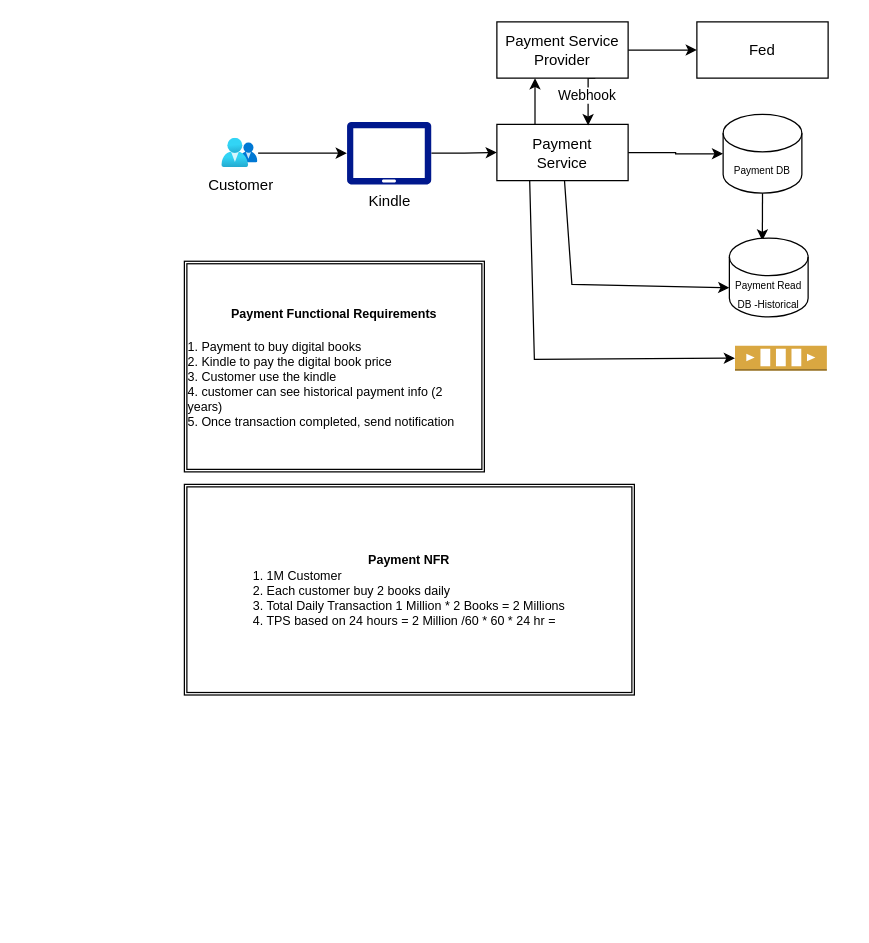
Above: Untitled Diagram.drawio in mukmitt1/newrepository (draw.io), before the change. Source tidied: cells renumbered, new cells numbered last; positions are measured from the earlier drawing's top-left corner, leaving out a move shared by most shapes. Both pictures are drawn from the tidied source at 125%, with x=0, y=0 at pixel (184, 21).
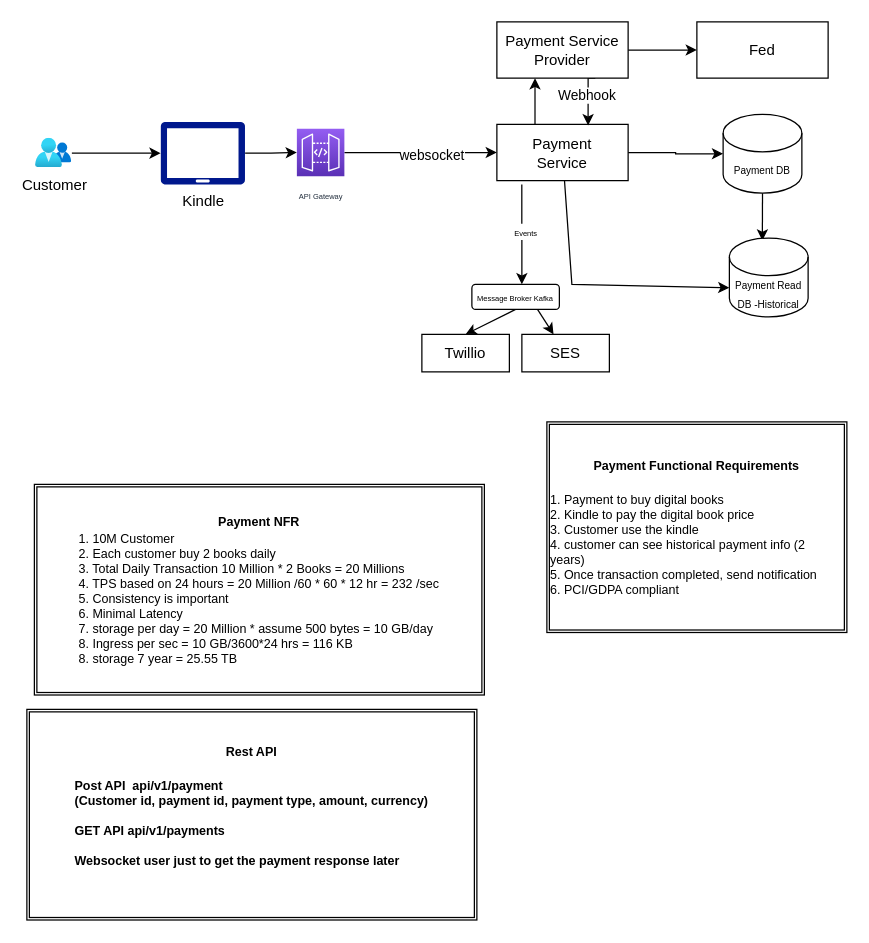
Above is the later version.

The change refers to these unchanged cells:
```xml
<mxCell id="10" value="Payment&lt;br&gt;Service" style="rounded=0;whiteSpace=wrap;html=1;" parent="1" vertex="1">
  <mxGeometry x="250" y="82" width="105" height="45" as="geometry" />
</mxCell>
```

The edit, as a diff of the source:
```diff
@@
-    <mxCell id="2" style="edgeStyle=orthogonalEdgeStyle;rounded=0;jettySize=auto;html=1;" parent="1" edge="1" source="3" target="10">
+    <mxCell id="2" style="edgeStyle=orthogonalEdgeStyle;rounded=0;jettySize=auto;html=1;" parent="1" edge="1" source="33" target="10">
       <mxGeometry relative="1" as="geometry" />
     </mxCell>
+    <mxCell id="23" value="websocket" style="edgeLabel;html=1;align=center;verticalAlign=middle;" parent="2" vertex="1">
+      <mxGeometry x="0.13" y="-2" relative="1" as="geometry" />
+    </mxCell>
     <mxCell id="3" value="Kindle" style="sketch=0;shadow=0;dashed=0;html=1;strokeColor=none;labelPosition=center;verticalLabelPosition=bottom;verticalAlign=top;align=center;fillColor=#00188D;shape=mxgraph.azure.tablet;" parent="1" vertex="1">
-      <mxGeometry x="130" y="80" width="67.6" height="50" as="geometry" />
+      <mxGeometry x="-19" y="80" width="67.6" height="50" as="geometry" />
     </mxCell>
@@
     <mxCell id="5" value="Customer" style="image;html=1;points=[];align=center;fontSize=12;image=img/lib/azure2/management_governance/My_Customers.svg;" parent="1" vertex="1">
-      <mxGeometry x="30" y="93.2" width="29" height="23.5" as="geometry" />
+      <mxGeometry x="-119" y="93.2" width="29" height="23.5" as="geometry" />
     </mxCell>
@@
-    <mxCell id="9" style="edgeStyle=none;rounded=0;jettySize=auto;html=1;exitX=0.25;exitY=1;exitDx=0;exitDy=0;entryX=0;entryY=0.5;entryDx=0;entryDy=0;entryPerimeter=0;" parent="1" edge="1" source="10" target="22">
-      <mxGeometry relative="1" as="geometry">
-        <Array as="points">
-          <mxPoint x="280" y="270" />
-        </Array>
-      </mxGeometry>
-    </mxCell>
+    <mxCell id="24" style="edgeStyle=none;rounded=0;jettySize=auto;html=1;exitX=0.19;exitY=1.067;exitDx=0;exitDy=0;exitPerimeter=0;" parent="1" edge="1" source="10">
+      <mxGeometry relative="1" as="geometry">
+        <mxPoint x="270" y="210" as="targetPoint" />
+      </mxGeometry>
+    </mxCell>
+    <mxCell id="25" value="&lt;font style=&quot;font-size: 6px;&quot;&gt;Events&lt;/font&gt;" style="edgeLabel;html=1;align=center;verticalAlign=middle;" parent="24" vertex="1">
+      <mxGeometry x="-0.08" y="3" relative="1" as="geometry" />
+    </mxCell>
@@
-    <mxCell id="19" value="&lt;font style=&quot;font-size: 10px;&quot;&gt;&lt;font style=&quot;font-size: 10px;&quot;&gt;&lt;b&gt;Payment Functional Requirements&lt;br&gt;&lt;/b&gt;&lt;/font&gt;&lt;br&gt;&lt;div style=&quot;text-align: left;&quot;&gt;&lt;span style=&quot;background-color: initial;&quot;&gt;1. Payment to buy digital books&lt;/span&gt;&lt;/div&gt;&lt;div style=&quot;text-align: left;&quot;&gt;&lt;span style=&quot;background-color: initial;&quot;&gt;2. Kindle to pay the digital book price&lt;/span&gt;&lt;/div&gt;&lt;div style=&quot;text-align: left;&quot;&gt;&lt;span style=&quot;background-color: initial;&quot;&gt;3. Customer use the kindle&lt;/span&gt;&lt;/div&gt;&lt;div style=&quot;text-align: left;&quot;&gt;&lt;span style=&quot;background-color: initial;&quot;&gt;4. customer can see historical payment info (2 years)&lt;/span&gt;&lt;/div&gt;&lt;div style=&quot;text-align: left;&quot;&gt;5. Once transaction completed, send notification&lt;span style=&quot;background-color: initial; white-space: pre;&quot;&gt;&#9;&lt;/span&gt;&lt;/div&gt;&lt;/font&gt;" style="shape=ext;double=1;rounded=0;whiteSpace=wrap;html=1;" parent="1" vertex="1">
-      <mxGeometry y="191.5" width="240" height="168.5" as="geometry" />
+    <mxCell id="19" value="&lt;font style=&quot;font-size: 10px;&quot;&gt;&lt;font style=&quot;font-size: 10px;&quot;&gt;&lt;b&gt;Payment Functional Requirements&lt;br&gt;&lt;/b&gt;&lt;/font&gt;&lt;br&gt;&lt;div style=&quot;text-align: left;&quot;&gt;&lt;span style=&quot;background-color: initial;&quot;&gt;1. Payment to buy digital books&lt;/span&gt;&lt;/div&gt;&lt;div style=&quot;text-align: left;&quot;&gt;&lt;span style=&quot;background-color: initial;&quot;&gt;2. Kindle to pay the digital book price&lt;/span&gt;&lt;/div&gt;&lt;div style=&quot;text-align: left;&quot;&gt;&lt;span style=&quot;background-color: initial;&quot;&gt;3. Customer use the kindle&lt;/span&gt;&lt;/div&gt;&lt;div style=&quot;text-align: left;&quot;&gt;&lt;span style=&quot;background-color: initial;&quot;&gt;4. customer can see historical payment info (2 years)&lt;/span&gt;&lt;/div&gt;&lt;div style=&quot;text-align: left;&quot;&gt;5. Once transaction completed, send notification&lt;span style=&quot;background-color: initial; white-space: pre;&quot;&gt;&#9;&lt;/span&gt;&lt;/div&gt;&lt;div style=&quot;text-align: left;&quot;&gt;6. PCI/GDPA compliant&lt;/div&gt;&lt;/font&gt;" style="shape=ext;double=1;rounded=0;whiteSpace=wrap;html=1;" parent="1" vertex="1">
+      <mxGeometry x="290" y="320" width="240" height="168.5" as="geometry" />
     </mxCell>
@@
-    <mxCell id="21" value="&lt;font style=&quot;font-size: 10px;&quot;&gt;&lt;font style=&quot;font-size: 10px;&quot;&gt;&lt;b&gt;Payment NFR&lt;/b&gt;&lt;/font&gt;&lt;br&gt;&lt;div style=&quot;text-align: left;&quot;&gt;&lt;span style=&quot;background-color: initial;&quot;&gt;1. 1M Customer&lt;/span&gt;&lt;/div&gt;&lt;div style=&quot;text-align: left;&quot;&gt;&lt;span style=&quot;background-color: initial;&quot;&gt;2. Each customer buy 2 books daily&lt;/span&gt;&lt;br&gt;&lt;/div&gt;&lt;div style=&quot;text-align: left;&quot;&gt;&lt;span style=&quot;background-color: initial;&quot;&gt;3. Total Daily Transaction 1 Million * 2 Books = 2 Millions&lt;/span&gt;&lt;/div&gt;&lt;div style=&quot;text-align: left;&quot;&gt;&lt;span style=&quot;background-color: initial;&quot;&gt;4. TPS based on 24 hours = 2 Million /60 * 60 * 24 hr =&amp;nbsp;&lt;/span&gt;&lt;/div&gt;&lt;/font&gt;" style="shape=ext;double=1;rounded=0;whiteSpace=wrap;html=1;" parent="1" vertex="1">
-      <mxGeometry y="370" width="360" height="168.5" as="geometry" />
+    <mxCell id="21" value="&lt;font style=&quot;font-size: 10px;&quot;&gt;&lt;font style=&quot;font-size: 10px;&quot;&gt;&lt;b&gt;Payment NFR&lt;/b&gt;&lt;/font&gt;&lt;br&gt;&lt;div style=&quot;text-align: left;&quot;&gt;&lt;span style=&quot;background-color: initial;&quot;&gt;1. 10M Customer&lt;/span&gt;&lt;/div&gt;&lt;div style=&quot;text-align: left;&quot;&gt;&lt;span style=&quot;background-color: initial;&quot;&gt;2. Each customer buy 2 books daily&lt;/span&gt;&lt;br&gt;&lt;/div&gt;&lt;div style=&quot;text-align: left;&quot;&gt;&lt;span style=&quot;background-color: initial;&quot;&gt;3. Total Daily Transaction 10 Million * 2 Books = 20 Millions&lt;/span&gt;&lt;/div&gt;&lt;div style=&quot;text-align: left;&quot;&gt;&lt;span style=&quot;background-color: initial;&quot;&gt;4. TPS based on 24 hours = 20&amp;nbsp;Million /60 * 60 * 12 hr = 232 /sec&lt;/span&gt;&lt;/div&gt;&lt;div style=&quot;text-align: left;&quot;&gt;&lt;span style=&quot;background-color: initial;&quot;&gt;5. Consistency is important&lt;/span&gt;&lt;/div&gt;&lt;div style=&quot;text-align: left;&quot;&gt;&lt;span style=&quot;background-color: initial;&quot;&gt;6. Minimal Latency&lt;/span&gt;&lt;/div&gt;&lt;div style=&quot;text-align: left;&quot;&gt;&lt;span style=&quot;background-color: initial;&quot;&gt;7. storage per day = 20 Million * assume 500 bytes = 10 GB/day&lt;/span&gt;&lt;/div&gt;&lt;div style=&quot;text-align: left;&quot;&gt;&lt;span style=&quot;background-color: initial;&quot;&gt;8. Ingress per sec = 10 GB/3600*24 hrs = 116 KB&lt;/span&gt;&lt;/div&gt;&lt;div style=&quot;text-align: left;&quot;&gt;&lt;span style=&quot;background-color: initial;&quot;&gt;8. storage 7 year = 25.55 TB&lt;/span&gt;&lt;/div&gt;&lt;/font&gt;" style="shape=ext;double=1;rounded=0;whiteSpace=wrap;html=1;" parent="1" vertex="1">
+      <mxGeometry x="-120" y="370" width="360" height="168.5" as="geometry" />
     </mxCell>
-    <mxCell id="22" style="outlineConnect=0;dashed=0;verticalLabelPosition=bottom;verticalAlign=top;align=center;html=1;shape=mxgraph.aws3.queue;fillColor=#D9A741;gradientColor=none;" parent="1" vertex="1">
-      <mxGeometry x="440.5" y="259" width="73.5" height="20" as="geometry" />
-    </mxCell>
+    <mxCell id="26" value="&lt;span style=&quot;font-size: 10px;&quot;&gt;&lt;b&gt;Rest API&lt;br&gt;&lt;br&gt;&lt;div style=&quot;text-align: left;&quot;&gt;&lt;b style=&quot;background-color: initial;&quot;&gt;Post API&amp;nbsp; api/v1/payment&lt;/b&gt;&lt;/div&gt;&lt;div style=&quot;text-align: left;&quot;&gt;&lt;b style=&quot;background-color: initial;&quot;&gt;(Customer id, payment id, payment type, amount, currency)&lt;/b&gt;&lt;/div&gt;&lt;div style=&quot;text-align: left;&quot;&gt;&lt;b style=&quot;background-color: initial;&quot;&gt;&lt;br&gt;&lt;/b&gt;&lt;/div&gt;&lt;div style=&quot;text-align: left;&quot;&gt;&lt;b style=&quot;background-color: initial;&quot;&gt;GET API api/v1/payments&lt;/b&gt;&lt;/div&gt;&lt;div style=&quot;text-align: left;&quot;&gt;&lt;b style=&quot;background-color: initial;&quot;&gt;&lt;br&gt;&lt;/b&gt;&lt;/div&gt;&lt;div style=&quot;text-align: left;&quot;&gt;&lt;b style=&quot;background-color: initial;&quot;&gt;Websocket user just to get the payment response later&lt;/b&gt;&lt;/div&gt;&lt;br&gt;&lt;/b&gt;&lt;/span&gt;" style="shape=ext;double=1;rounded=0;whiteSpace=wrap;html=1;" parent="1" vertex="1">
+      <mxGeometry x="-126" y="550" width="360" height="168.5" as="geometry" />
+    </mxCell>
+    <mxCell id="27" style="edgeStyle=none;rounded=0;jettySize=auto;html=1;exitX=0.5;exitY=1;exitDx=0;exitDy=0;entryX=0.5;entryY=0;entryDx=0;entryDy=0;" parent="1" edge="1" source="29" target="31">
+      <mxGeometry relative="1" as="geometry" />
+    </mxCell>
+    <mxCell id="28" style="edgeStyle=none;rounded=0;jettySize=auto;html=1;exitX=0.75;exitY=1;exitDx=0;exitDy=0;" parent="1" edge="1" source="29" target="30">
+      <mxGeometry relative="1" as="geometry" />
+    </mxCell>
+    <mxCell id="29" value="&lt;font style=&quot;font-size: 6px;&quot;&gt;Message Broker Kafka&lt;br&gt;&lt;/font&gt;" style="rounded=1;whiteSpace=wrap;html=1;" parent="1" vertex="1">
+      <mxGeometry x="230" y="210" width="70" height="20" as="geometry" />
+    </mxCell>
+    <mxCell id="30" value="SES" style="rounded=0;whiteSpace=wrap;html=1;" parent="1" vertex="1">
+      <mxGeometry x="270" y="250" width="70" height="30" as="geometry" />
+    </mxCell>
+    <mxCell id="31" value="Twillio" style="rounded=0;whiteSpace=wrap;html=1;" parent="1" vertex="1">
+      <mxGeometry x="190" y="250" width="70" height="30" as="geometry" />
+    </mxCell>
+    <mxCell id="32" style="edgeStyle=orthogonalEdgeStyle;rounded=0;jettySize=auto;html=1;" parent="1" edge="1" source="3" target="33">
+      <mxGeometry relative="1" as="geometry" />
+    </mxCell>
+    <mxCell id="33" value="&lt;font style=&quot;font-size: 6px;&quot;&gt;API Gateway&lt;/font&gt;" style="sketch=0;points=[[0,0,0],[0.25,0,0],[0.5,0,0],[0.75,0,0],[1,0,0],[0,1,0],[0.25,1,0],[0.5,1,0],[0.75,1,0],[1,1,0],[0,0.25,0],[0,0.5,0],[0,0.75,0],[1,0.25,0],[1,0.5,0],[1,0.75,0]];outlineConnect=0;fontColor=#232F3E;gradientColor=#945DF2;gradientDirection=north;fillColor=#5A30B5;strokeColor=#ffffff;dashed=0;verticalLabelPosition=bottom;verticalAlign=top;align=center;html=1;fontSize=12;fontStyle=0;shape=mxgraph.aws4.resourceIcon;resIcon=mxgraph.aws4.api_gateway;" parent="1" vertex="1">
+      <mxGeometry x="90" y="85.5" width="38" height="38" as="geometry" />
+    </mxCell>
```
